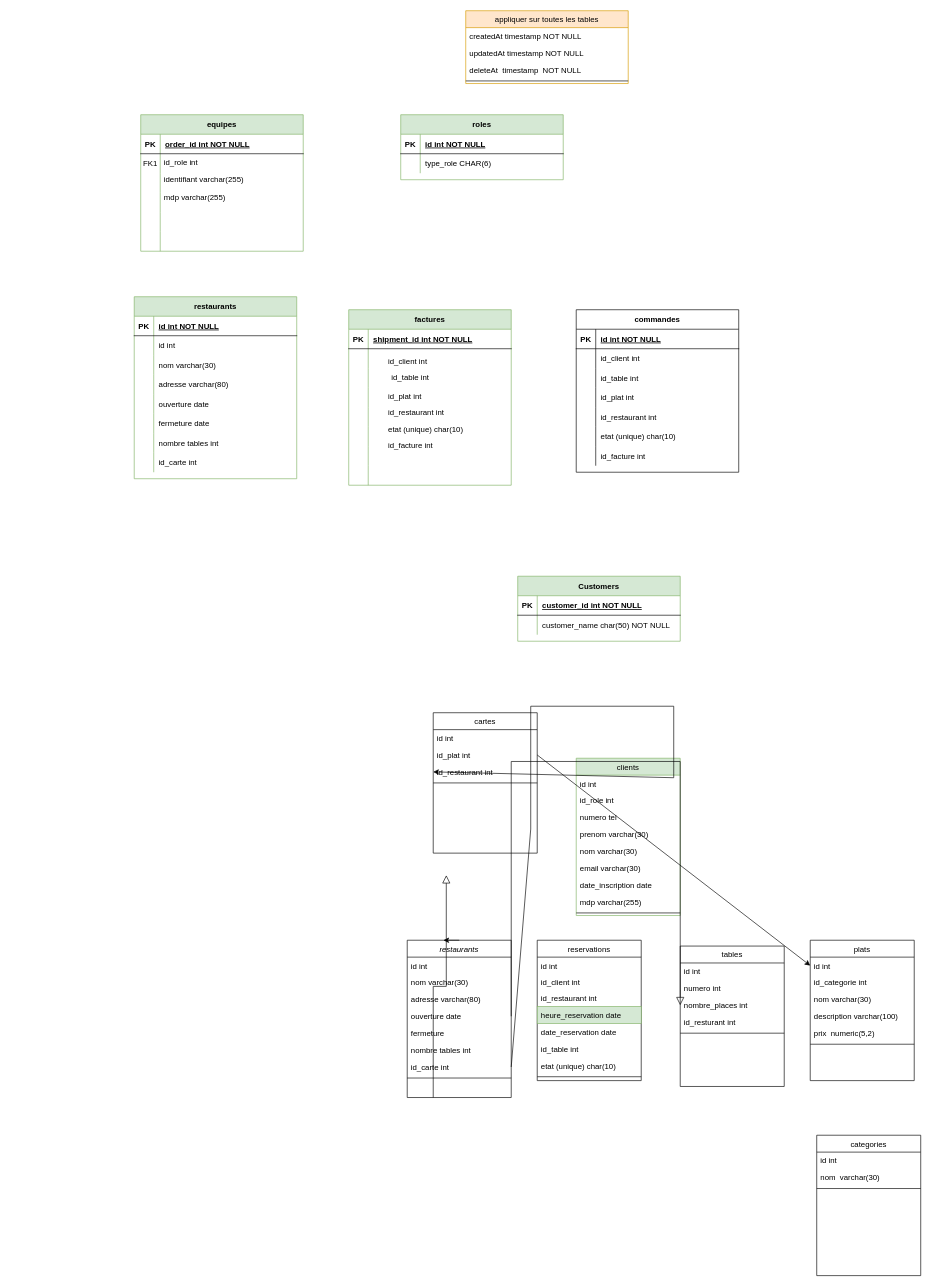
Owrow/ProjetFilRouge keeps this draw.io diagram as TPFilRouge_Bdd.drawio. Above is the earlier version. Source tidied: cells renumbered, new cells numbered last; positions are measured from the earlier drawing's top-left corner, leaving out a move shared by most shapes. Both pictures are drawn from the tidied source at 65%, with x=0, y=0 at pixel (134, 10).
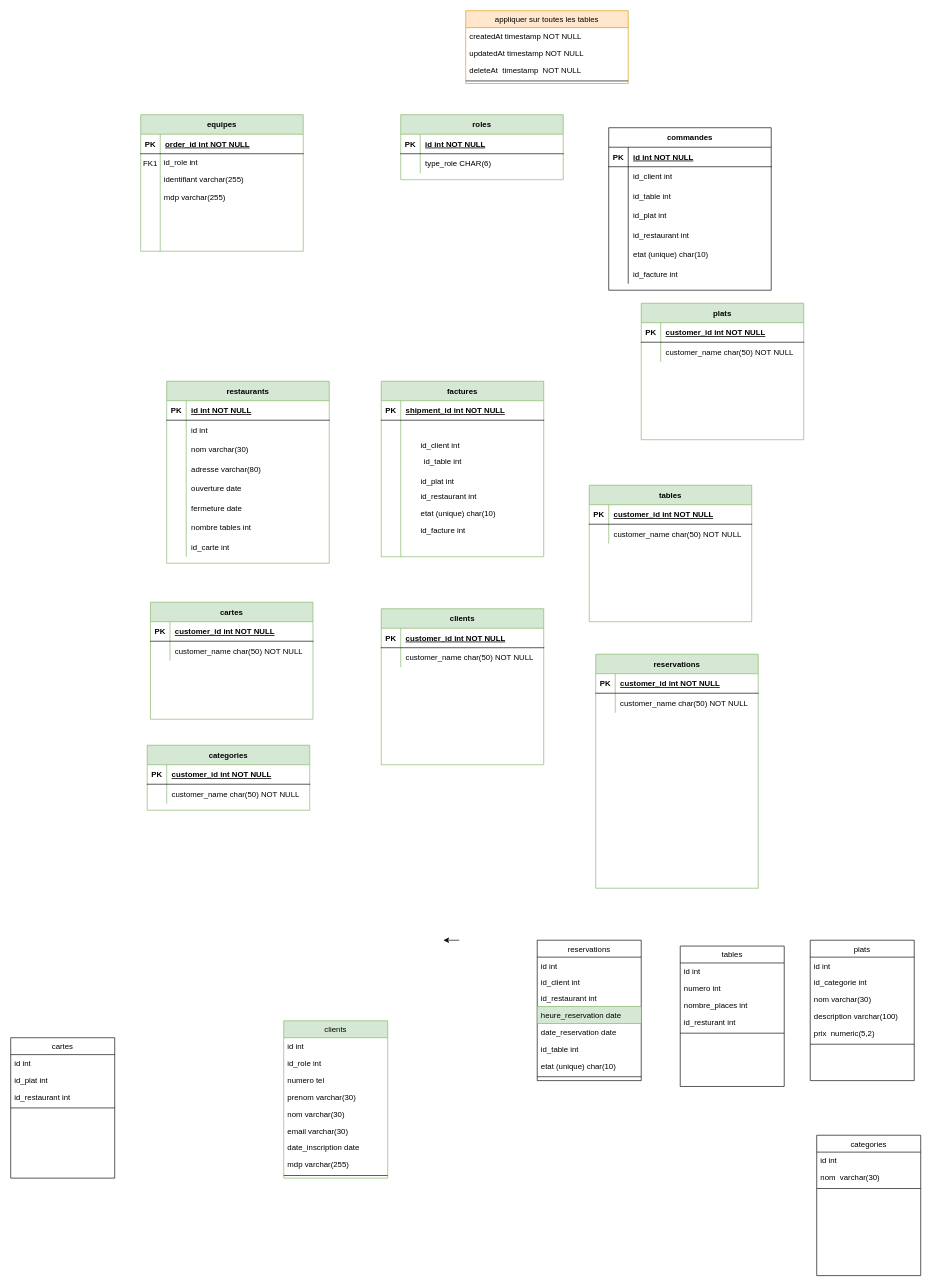
Above is the later version.

Commit message (it also covers changes not shown here):
Mettre à jour TPFilRouge_Bdd.drawio

The change refers to these unchanged cells:
```xml
<mxCell id="22" value="nombre_places int" style="text;align=left;verticalAlign=top;spacingLeft=4;spacingRight=4;overflow=hidden;points=[[0,0.5],[1,0.5]];portConstraint=eastwest;rounded=0;shadow=0;html=0;" parent="19" vertex="1">
  <mxGeometry y="78" width="160" height="26" as="geometry" />
</mxCell>
<mxCell id="27" value="id_plat int" style="text;align=left;verticalAlign=top;spacingLeft=4;spacingRight=4;overflow=hidden;points=[[0,0.5],[1,0.5]];portConstraint=eastwest;rounded=0;shadow=0;html=0;" parent="25" vertex="1">
  <mxGeometry y="52" width="160" height="26" as="geometry" />
</mxCell>
<mxCell id="28" value="id_restaurant int" style="text;align=left;verticalAlign=top;spacingLeft=4;spacingRight=4;overflow=hidden;points=[[0,0.5],[1,0.5]];portConstraint=eastwest;rounded=0;shadow=0;html=0;" parent="25" vertex="1">
  <mxGeometry y="78" width="160" height="26" as="geometry" />
</mxCell>
<mxCell id="35" value="id int" style="text;align=left;verticalAlign=top;spacingLeft=4;spacingRight=4;overflow=hidden;points=[[0,0.5],[1,0.5]];portConstraint=eastwest;rounded=0;shadow=0;html=0;" parent="34" vertex="1">
  <mxGeometry y="26" width="160" height="26" as="geometry" />
</mxCell>
```

Change to the diagram source:
```diff
@@
-    <mxCell id="2" value="Customers" style="shape=table;startSize=30;childLayout=tableLayout;rowLines=0;fontStyle=1;align=center;fillColor=#d5e8d4;strokeColor=#82b366;" parent="1" vertex="1">
-      <mxGeometry x="590" y="870" width="250" height="100" as="geometry" />
+    <mxCell id="2" value="clients" style="shape=table;startSize=30;childLayout=tableLayout;rowLines=0;fontStyle=1;align=center;fillColor=#d5e8d4;strokeColor=#82b366;" parent="1" vertex="1">
+      <mxGeometry x="380" y="920" width="250" height="240" as="geometry" />
     </mxCell>
@@
-    <mxCell id="9" value="restaurants" style="swimlane;fontStyle=2;align=center;verticalAlign=top;horizontal=1;startSize=26;rounded=0;shadow=0;strokeWidth=1;" parent="1" vertex="1">
-      <mxGeometry x="420" y="1430" width="160" height="242" as="geometry" />
-    </mxCell>
-    <mxCell id="10" value="id int" style="text;align=left;verticalAlign=top;spacingLeft=4;spacingRight=4;overflow=hidden;rounded=0;shadow=0;html=0;" parent="9" vertex="1">
-      <mxGeometry y="26" width="160" height="26" as="geometry" />
-    </mxCell>
-    <mxCell id="11" value="nom varchar(30)" style="text;align=left;verticalAlign=top;spacingLeft=4;spacingRight=4;overflow=hidden;" parent="9" vertex="1">
-      <mxGeometry y="52" width="160" height="26" as="geometry" />
-    </mxCell>
-    <mxCell id="12" value="adresse varchar(80)" style="text;align=left;verticalAlign=top;spacingLeft=4;spacingRight=4;overflow=hidden;rounded=0;shadow=0;html=0;" parent="9" vertex="1">
-      <mxGeometry y="78" width="160" height="26" as="geometry" />
-    </mxCell>
-    <mxCell id="13" value="ouverture date" style="text;align=left;verticalAlign=top;spacingLeft=4;spacingRight=4;overflow=hidden;points=[[0,0.5],[1,0.5]];portConstraint=eastwest;rounded=0;shadow=0;html=0;" parent="9" vertex="1">
-      <mxGeometry y="104" width="160" height="26" as="geometry" />
-    </mxCell>
-    <mxCell id="14" value="fermeture" style="text;align=left;verticalAlign=top;spacingLeft=4;spacingRight=4;overflow=hidden;rounded=0;shadow=0;html=0;" parent="9" vertex="1">
-      <mxGeometry y="130" width="160" height="26" as="geometry" />
-    </mxCell>
-    <mxCell id="15" value="nombre tables int" style="text;align=left;verticalAlign=top;spacingLeft=4;spacingRight=4;overflow=hidden;rounded=0;shadow=0;html=0;" parent="9" vertex="1">
-      <mxGeometry y="156" width="160" height="26" as="geometry" />
-    </mxCell>
-    <mxCell id="16" value="id_carte int" style="text;align=left;verticalAlign=top;spacingLeft=4;spacingRight=4;overflow=hidden;points=[[0,0.5],[1,0.5]];portConstraint=eastwest;rounded=0;shadow=0;html=0;" parent="9" vertex="1">
-      <mxGeometry y="182" width="160" height="26" as="geometry" />
-    </mxCell>
-    <mxCell id="17" style="line;html=1;strokeWidth=1;align=left;verticalAlign=middle;spacingTop=-1;spacingLeft=3;spacingRight=3;labelPosition=right;" parent="9" vertex="1">
-      <mxGeometry y="208" width="160" height="8" as="geometry" />
-    </mxCell>
-    <mxCell id="18" style="endArrow=block;endSize=10;endFill=0;shadow=0;strokeWidth=1;rounded=0;edgeStyle=elbowEdgeStyle;elbow=vertical;entryX=0.313;entryY=0;entryDx=0;entryDy=0;entryPerimeter=0;exitX=0.25;exitY=1;exitDx=0;exitDy=0;" parent="1" edge="1" source="9">
-      <mxGeometry relative="1" as="geometry">
-        <mxPoint x="480.1" y="1330" as="targetPoint" />
-      </mxGeometry>
-    </mxCell>
@@
     <mxCell id="25" value="cartes" style="swimlane;fontStyle=0;align=center;verticalAlign=top;horizontal=1;startSize=26;rounded=0;shadow=0;strokeWidth=1;" parent="1" vertex="1">
-      <mxGeometry x="460" y="1080" width="160" height="216" as="geometry" />
+      <mxGeometry x="-190" y="1580" width="160" height="216" as="geometry" />
     </mxCell>
@@
     <mxCell id="41" value="clients" style="swimlane;fontStyle=0;align=center;verticalAlign=top;horizontal=1;startSize=26;rounded=0;shadow=0;strokeWidth=1;fillColor=#d5e8d4;strokeColor=#82b366;" parent="1" vertex="1">
-      <mxGeometry x="680" y="1150" width="160" height="242" as="geometry" />
+      <mxGeometry x="230" y="1554" width="160" height="242" as="geometry" />
     </mxCell>
@@
-    <mxCell id="60" style="endArrow=block;endSize=10;endFill=0;shadow=0;strokeWidth=1;rounded=0;edgeStyle=elbowEdgeStyle;elbow=vertical;entryX=0;entryY=0.5;entryDx=0;entryDy=0;exitX=1;exitY=0.5;exitDx=0;exitDy=0;" parent="1" edge="1" source="13" target="22">
-      <mxGeometry relative="1" as="geometry">
-        <Array as="points">
-          <mxPoint x="620" y="1155" />
-        </Array>
-      </mxGeometry>
-    </mxCell>
-    <mxCell id="61" style="endArrow=classic;html=1;rounded=0;entryX=0;entryY=0.5;entryDx=0;entryDy=0;exitX=1;exitY=0.5;exitDx=0;exitDy=0;exitPerimeter=0;" parent="1" edge="1" source="16" target="28">
-      <mxGeometry relative="1" as="geometry">
-        <Array as="points">
-          <mxPoint x="610" y="1259" />
-          <mxPoint x="610" y="1070" />
-          <mxPoint x="830" y="1070" />
-          <mxPoint x="830" y="1180" />
-        </Array>
-      </mxGeometry>
-    </mxCell>
-    <mxCell id="62" style="endArrow=classic;html=1;rounded=0;exitX=1;exitY=0.5;exitDx=0;exitDy=0;entryX=0;entryY=0.5;entryDx=0;entryDy=0;" parent="1" edge="1" source="27" target="35">
-      <mxGeometry relative="1" as="geometry" />
-    </mxCell>
@@
     <mxCell id="68" value="restaurants" style="shape=table;startSize=30;childLayout=tableLayout;rowLines=0;fontStyle=1;align=center;fillColor=#d5e8d4;strokeColor=#82b366;" parent="1" vertex="1">
-      <mxGeometry y="440" width="250" height="280" as="geometry" />
+      <mxGeometry x="50" y="570" width="250" height="280" as="geometry" />
     </mxCell>
@@
     <mxCell id="100" style="group;" parent="1" vertex="1">
-      <mxGeometry x="330" y="440" width="260" height="290" as="geometry" />
+      <mxGeometry x="380" y="570" width="250" height="270" as="geometry" />
     </mxCell>
-    <mxCell id="101" value="id_client int" style="text;align=left;verticalAlign=top;spacingLeft=4;spacingRight=4;overflow=hidden;rounded=0;shadow=0;html=0;" parent="100" vertex="1">
-      <mxGeometry x="55" y="86" width="160" height="26" as="geometry" />
-    </mxCell>
-    <mxCell id="102" value="id_table int" style="text;align=left;verticalAlign=top;spacingLeft=4;spacingRight=4;overflow=hidden;rounded=0;shadow=0;html=0;" parent="100" vertex="1">
-      <mxGeometry x="60" y="110" width="160" height="26" as="geometry" />
-    </mxCell>
-    <mxCell id="103" value="id_plat int" style="text;align=left;verticalAlign=top;spacingLeft=4;spacingRight=4;overflow=hidden;rounded=0;shadow=0;html=0;" parent="100" vertex="1">
-      <mxGeometry x="55" y="140" width="160" height="24" as="geometry" />
-    </mxCell>
-    <mxCell id="104" value="id_restaurant int" style="text;align=left;verticalAlign=top;spacingLeft=4;spacingRight=4;overflow=hidden;rounded=0;shadow=0;html=0;" parent="100" vertex="1">
-      <mxGeometry x="55" y="164" width="160" height="26" as="geometry" />
-    </mxCell>
-    <mxCell id="105" value="etat (unique) char(10)" style="text;align=left;verticalAlign=top;spacingLeft=4;spacingRight=4;overflow=hidden;rounded=0;shadow=0;html=0;" parent="100" vertex="1">
-      <mxGeometry x="55" y="190" width="160" height="26" as="geometry" />
-    </mxCell>
-    <mxCell id="106" value="id_facture int" style="text;align=left;verticalAlign=top;spacingLeft=4;spacingRight=4;overflow=hidden;rounded=0;shadow=0;html=0;" parent="100" vertex="1">
-      <mxGeometry x="55" y="216" width="160" height="26" as="geometry" />
-    </mxCell>
     <mxCell id="107" value="factures" style="shape=table;startSize=30;childLayout=tableLayout;rowLines=0;fontStyle=1;align=center;fillColor=#d5e8d4;strokeColor=#82b366;" parent="100" vertex="1">
-      <mxGeometry y="20" width="250" height="270" as="geometry" />
+      <mxGeometry width="250" height="270" as="geometry" />
     </mxCell>
@@
+    <mxCell id="101" value="id_client int" style="text;align=left;verticalAlign=top;spacingLeft=4;spacingRight=4;overflow=hidden;rounded=0;shadow=0;html=0;" parent="100" vertex="1">
+      <mxGeometry x="55" y="86" width="160" height="26" as="geometry" />
+    </mxCell>
+    <mxCell id="102" value="id_table int" style="text;align=left;verticalAlign=top;spacingLeft=4;spacingRight=4;overflow=hidden;rounded=0;shadow=0;html=0;" parent="100" vertex="1">
+      <mxGeometry x="60" y="110" width="160" height="26" as="geometry" />
+    </mxCell>
+    <mxCell id="103" value="id_plat int" style="text;align=left;verticalAlign=top;spacingLeft=4;spacingRight=4;overflow=hidden;rounded=0;shadow=0;html=0;" parent="100" vertex="1">
+      <mxGeometry x="55" y="140" width="160" height="24" as="geometry" />
+    </mxCell>
+    <mxCell id="104" value="id_restaurant int" style="text;align=left;verticalAlign=top;spacingLeft=4;spacingRight=4;overflow=hidden;rounded=0;shadow=0;html=0;" parent="100" vertex="1">
+      <mxGeometry x="55" y="164" width="160" height="26" as="geometry" />
+    </mxCell>
+    <mxCell id="105" value="etat (unique) char(10)" style="text;align=left;verticalAlign=top;spacingLeft=4;spacingRight=4;overflow=hidden;rounded=0;shadow=0;html=0;" parent="100" vertex="1">
+      <mxGeometry x="55" y="190" width="160" height="26" as="geometry" />
+    </mxCell>
+    <mxCell id="106" value="id_facture int" style="text;align=left;verticalAlign=top;spacingLeft=4;spacingRight=4;overflow=hidden;rounded=0;shadow=0;html=0;" parent="100" vertex="1">
+      <mxGeometry x="55" y="216" width="160" height="26" as="geometry" />
+    </mxCell>
@@
-    <mxCell id="155" style="edgeStyle=orthogonalEdgeStyle;rounded=0;orthogonalLoop=1;jettySize=auto;html=1;exitX=0.5;exitY=0;exitDx=0;exitDy=0;entryX=0.348;entryY=0.003;entryDx=0;entryDy=0;entryPerimeter=0;" parent="1" edge="1" source="9" target="9">
-      <mxGeometry relative="1" as="geometry" />
+    <mxCell id="155" style="edgeStyle=orthogonalEdgeStyle;rounded=0;orthogonalLoop=1;jettySize=auto;html=1;exitX=0.5;exitY=0;exitDx=0;exitDy=0;entryX=0.348;entryY=0.003;entryDx=0;entryDy=0;entryPerimeter=0;" parent="1" edge="1">
+      <mxGeometry relative="1" as="geometry">
+        <mxPoint x="500" y="1430" as="sourcePoint" />
+        <mxPoint x="475.7" y="1430.7" as="targetPoint" />
+      </mxGeometry>
     </mxCell>
     <mxCell id="156" value="commandes" style="shape=table;startSize=30;childLayout=tableLayout;rowLines=0;fontStyle=1;align=center;" parent="1" vertex="1">
-      <mxGeometry x="680" y="460" width="250" height="250" as="geometry" />
+      <mxGeometry x="730" y="180" width="250" height="250" as="geometry" />
     </mxCell>
@@
+    <mxCell id="178" value="plats" style="shape=table;startSize=30;childLayout=tableLayout;rowLines=0;fontStyle=1;align=center;fillColor=#d5e8d4;strokeColor=#82b366;" parent="1" vertex="1">
+      <mxGeometry x="780" y="450" width="250" height="210" as="geometry" />
+    </mxCell>
+    <mxCell id="179" style="shape=partialRectangle;fillColor=none;top=0;left=0;right=0;bottom=1;" parent="178" vertex="1">
+      <mxGeometry y="30" width="250" height="30" as="geometry" />
+    </mxCell>
+    <mxCell id="180" value="PK" style="shape=partialRectangle;overflow=hidden;fillColor=none;top=0;left=0;bottom=0;right=0;fontStyle=1;" parent="179" vertex="1">
+      <mxGeometry width="30" height="30" as="geometry" />
+    </mxCell>
+    <mxCell id="181" value="customer_id int NOT NULL " style="shape=partialRectangle;overflow=hidden;fillColor=none;top=0;left=0;bottom=0;right=0;align=left;spacingLeft=6;fontStyle=5;" parent="179" vertex="1">
+      <mxGeometry x="30" width="220" height="30" as="geometry" />
+    </mxCell>
+    <mxCell id="182" style="shape=partialRectangle;fillColor=none;top=0;left=0;right=0;bottom=0;" parent="178" vertex="1">
+      <mxGeometry y="60" width="250" height="30" as="geometry" />
+    </mxCell>
+    <mxCell id="183" style="shape=partialRectangle;overflow=hidden;fillColor=none;top=0;left=0;bottom=0;right=0;" parent="182" vertex="1">
+      <mxGeometry width="30" height="30" as="geometry" />
+    </mxCell>
+    <mxCell id="184" value="customer_name char(50) NOT NULL" style="shape=partialRectangle;overflow=hidden;fillColor=none;top=0;left=0;bottom=0;right=0;align=left;spacingLeft=6;" parent="182" vertex="1">
+      <mxGeometry x="30" width="220" height="30" as="geometry" />
+    </mxCell>
+    <mxCell id="185" value="cartes" style="shape=table;startSize=30;childLayout=tableLayout;rowLines=0;fontStyle=1;align=center;fillColor=#d5e8d4;strokeColor=#82b366;" parent="1" vertex="1">
+      <mxGeometry x="25" y="910" width="250" height="180" as="geometry" />
+    </mxCell>
+    <mxCell id="186" style="shape=partialRectangle;fillColor=none;top=0;left=0;right=0;bottom=1;" parent="185" vertex="1">
+      <mxGeometry y="30" width="250" height="30" as="geometry" />
+    </mxCell>
+    <mxCell id="187" value="PK" style="shape=partialRectangle;overflow=hidden;fillColor=none;top=0;left=0;bottom=0;right=0;fontStyle=1;" parent="186" vertex="1">
+      <mxGeometry width="30" height="30" as="geometry" />
+    </mxCell>
+    <mxCell id="188" value="customer_id int NOT NULL " style="shape=partialRectangle;overflow=hidden;fillColor=none;top=0;left=0;bottom=0;right=0;align=left;spacingLeft=6;fontStyle=5;" parent="186" vertex="1">
+      <mxGeometry x="30" width="220" height="30" as="geometry" />
+    </mxCell>
+    <mxCell id="189" style="shape=partialRectangle;fillColor=none;top=0;left=0;right=0;bottom=0;" parent="185" vertex="1">
+      <mxGeometry y="60" width="250" height="30" as="geometry" />
+    </mxCell>
+    <mxCell id="190" style="shape=partialRectangle;overflow=hidden;fillColor=none;top=0;left=0;bottom=0;right=0;" parent="189" vertex="1">
+      <mxGeometry width="30" height="30" as="geometry" />
+    </mxCell>
+    <mxCell id="191" value="customer_name char(50) NOT NULL" style="shape=partialRectangle;overflow=hidden;fillColor=none;top=0;left=0;bottom=0;right=0;align=left;spacingLeft=6;" parent="189" vertex="1">
+      <mxGeometry x="30" width="220" height="30" as="geometry" />
+    </mxCell>
+    <mxCell id="192" value="tables" style="shape=table;startSize=30;childLayout=tableLayout;rowLines=0;fontStyle=1;align=center;fillColor=#d5e8d4;strokeColor=#82b366;" parent="1" vertex="1">
+      <mxGeometry x="700" y="730" width="250" height="210" as="geometry" />
+    </mxCell>
+    <mxCell id="193" style="shape=partialRectangle;fillColor=none;top=0;left=0;right=0;bottom=1;" parent="192" vertex="1">
+      <mxGeometry y="30" width="250" height="30" as="geometry" />
+    </mxCell>
+    <mxCell id="194" value="PK" style="shape=partialRectangle;overflow=hidden;fillColor=none;top=0;left=0;bottom=0;right=0;fontStyle=1;" parent="193" vertex="1">
+      <mxGeometry width="30" height="30" as="geometry" />
+    </mxCell>
+    <mxCell id="195" value="customer_id int NOT NULL " style="shape=partialRectangle;overflow=hidden;fillColor=none;top=0;left=0;bottom=0;right=0;align=left;spacingLeft=6;fontStyle=5;" parent="193" vertex="1">
+      <mxGeometry x="30" width="220" height="30" as="geometry" />
+    </mxCell>
+    <mxCell id="196" style="shape=partialRectangle;fillColor=none;top=0;left=0;right=0;bottom=0;" parent="192" vertex="1">
+      <mxGeometry y="60" width="250" height="30" as="geometry" />
+    </mxCell>
+    <mxCell id="197" style="shape=partialRectangle;overflow=hidden;fillColor=none;top=0;left=0;bottom=0;right=0;" parent="196" vertex="1">
+      <mxGeometry width="30" height="30" as="geometry" />
+    </mxCell>
+    <mxCell id="198" value="customer_name char(50) NOT NULL" style="shape=partialRectangle;overflow=hidden;fillColor=none;top=0;left=0;bottom=0;right=0;align=left;spacingLeft=6;" parent="196" vertex="1">
+      <mxGeometry x="30" width="220" height="30" as="geometry" />
+    </mxCell>
+    <mxCell id="199" value="reservations" style="shape=table;startSize=30;childLayout=tableLayout;rowLines=0;fontStyle=1;align=center;fillColor=#d5e8d4;strokeColor=#82b366;" parent="1" vertex="1">
+      <mxGeometry x="710" y="990" width="250" height="360" as="geometry" />
+    </mxCell>
+    <mxCell id="200" style="shape=partialRectangle;fillColor=none;top=0;left=0;right=0;bottom=1;" parent="199" vertex="1">
+      <mxGeometry y="30" width="250" height="30" as="geometry" />
+    </mxCell>
+    <mxCell id="201" value="PK" style="shape=partialRectangle;overflow=hidden;fillColor=none;top=0;left=0;bottom=0;right=0;fontStyle=1;" parent="200" vertex="1">
+      <mxGeometry width="30" height="30" as="geometry" />
+    </mxCell>
+    <mxCell id="202" value="customer_id int NOT NULL " style="shape=partialRectangle;overflow=hidden;fillColor=none;top=0;left=0;bottom=0;right=0;align=left;spacingLeft=6;fontStyle=5;" parent="200" vertex="1">
+      <mxGeometry x="30" width="220" height="30" as="geometry" />
+    </mxCell>
+    <mxCell id="203" style="shape=partialRectangle;fillColor=none;top=0;left=0;right=0;bottom=0;" parent="199" vertex="1">
+      <mxGeometry y="60" width="250" height="30" as="geometry" />
+    </mxCell>
+    <mxCell id="204" style="shape=partialRectangle;overflow=hidden;fillColor=none;top=0;left=0;bottom=0;right=0;" parent="203" vertex="1">
+      <mxGeometry width="30" height="30" as="geometry" />
+    </mxCell>
+    <mxCell id="205" value="customer_name char(50) NOT NULL" style="shape=partialRectangle;overflow=hidden;fillColor=none;top=0;left=0;bottom=0;right=0;align=left;spacingLeft=6;" parent="203" vertex="1">
+      <mxGeometry x="30" width="220" height="30" as="geometry" />
+    </mxCell>
+    <mxCell id="206" value="categories" style="shape=table;startSize=30;childLayout=tableLayout;rowLines=0;fontStyle=1;align=center;fillColor=#d5e8d4;strokeColor=#82b366;" parent="1" vertex="1">
+      <mxGeometry x="20" y="1130" width="250" height="100" as="geometry" />
+    </mxCell>
+    <mxCell id="207" style="shape=partialRectangle;fillColor=none;top=0;left=0;right=0;bottom=1;" parent="206" vertex="1">
+      <mxGeometry y="30" width="250" height="30" as="geometry" />
+    </mxCell>
+    <mxCell id="208" value="PK" style="shape=partialRectangle;overflow=hidden;fillColor=none;top=0;left=0;bottom=0;right=0;fontStyle=1;" parent="207" vertex="1">
+      <mxGeometry width="30" height="30" as="geometry" />
+    </mxCell>
+    <mxCell id="209" value="customer_id int NOT NULL " style="shape=partialRectangle;overflow=hidden;fillColor=none;top=0;left=0;bottom=0;right=0;align=left;spacingLeft=6;fontStyle=5;" parent="207" vertex="1">
+      <mxGeometry x="30" width="220" height="30" as="geometry" />
+    </mxCell>
+    <mxCell id="210" style="shape=partialRectangle;fillColor=none;top=0;left=0;right=0;bottom=0;" parent="206" vertex="1">
+      <mxGeometry y="60" width="250" height="30" as="geometry" />
+    </mxCell>
+    <mxCell id="211" style="shape=partialRectangle;overflow=hidden;fillColor=none;top=0;left=0;bottom=0;right=0;" parent="210" vertex="1">
+      <mxGeometry width="30" height="30" as="geometry" />
+    </mxCell>
+    <mxCell id="212" value="customer_name char(50) NOT NULL" style="shape=partialRectangle;overflow=hidden;fillColor=none;top=0;left=0;bottom=0;right=0;align=left;spacingLeft=6;" parent="210" vertex="1">
+      <mxGeometry x="30" width="220" height="30" as="geometry" />
+    </mxCell>
```
